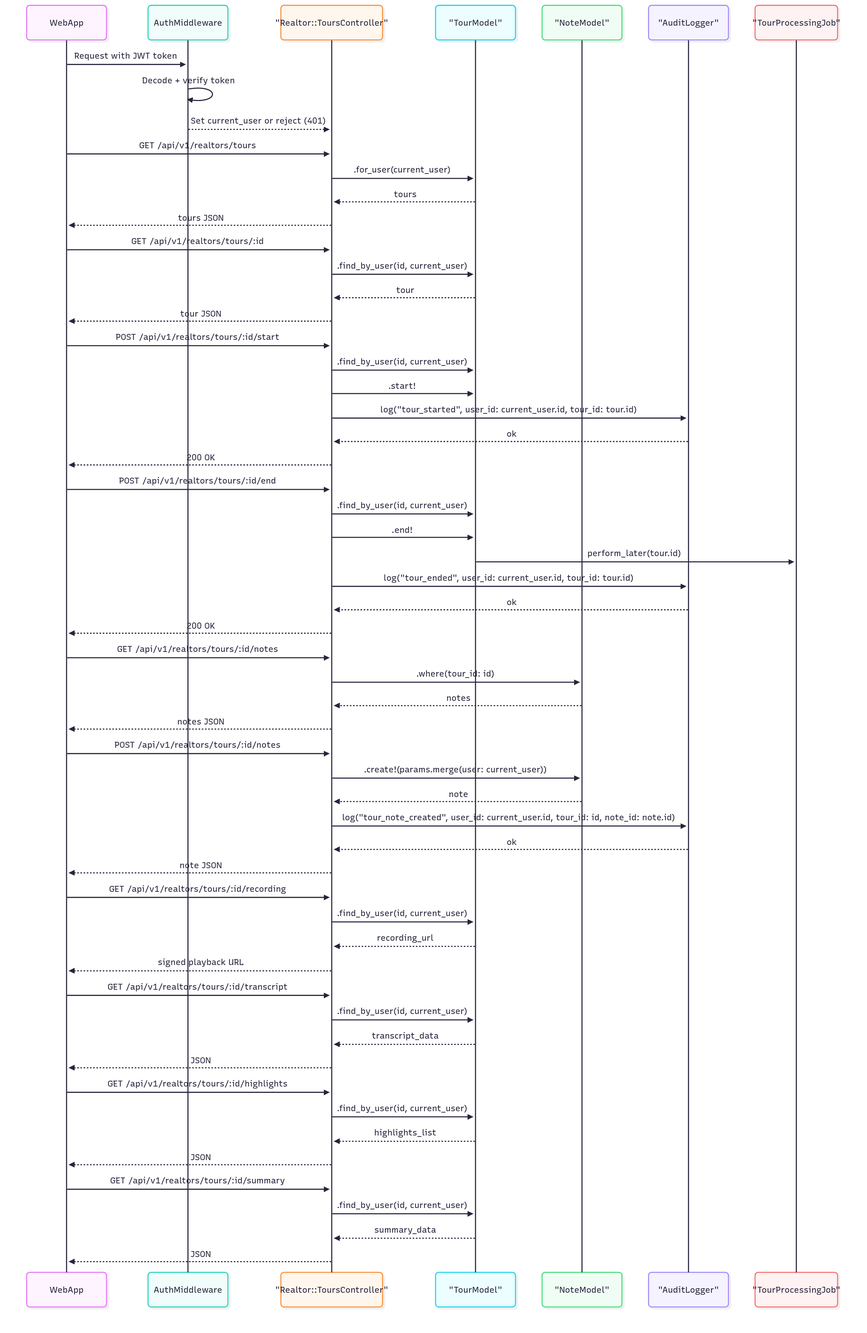
Above: diagrams/realtors/tours.png in Video-API-architecture/architecture-proposal (Mermaid), before the change. Its source is kept beside it as diagrams/realtors/tours.mermaid.
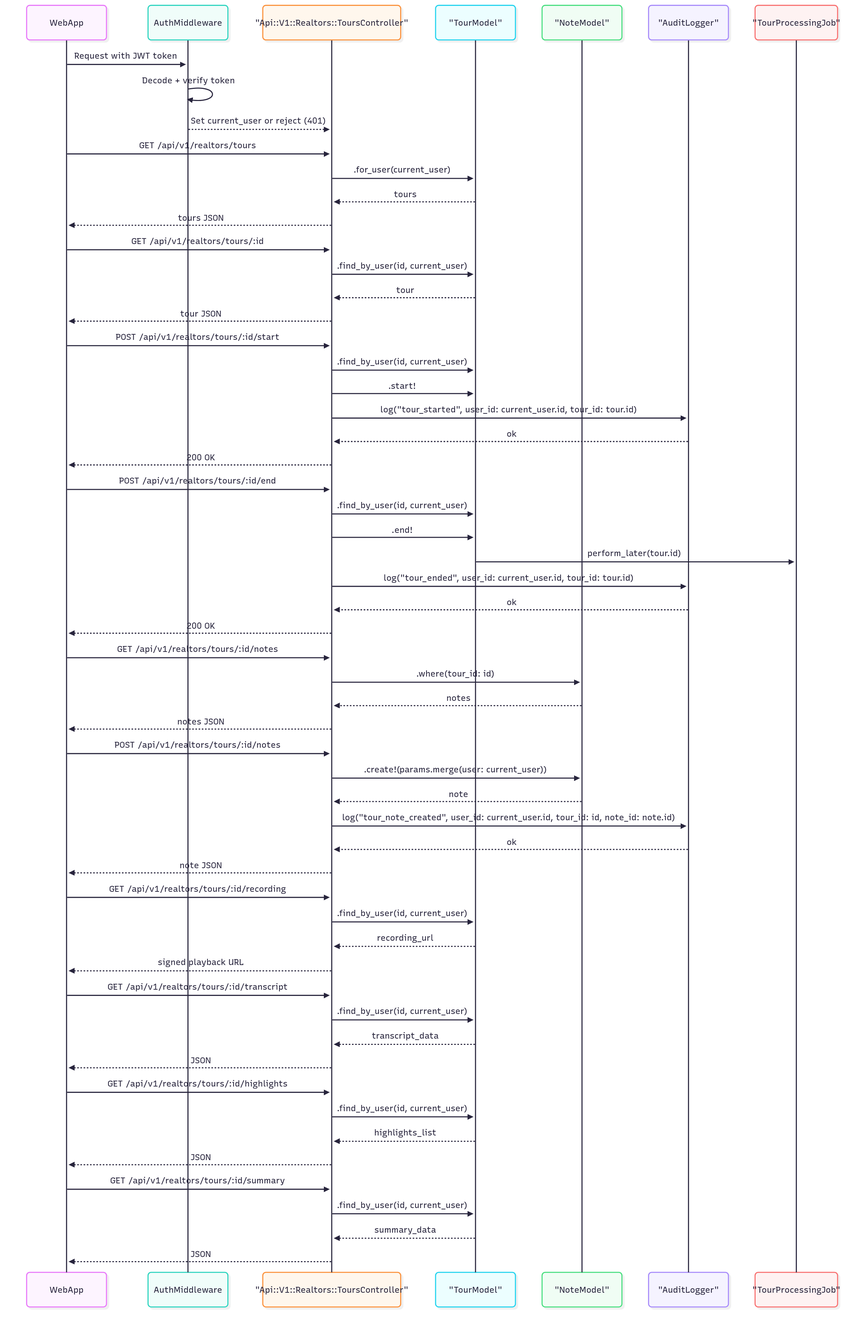
Later version of the same file.

The edit, as a diff of the source:
```diff
@@ -1,7 +1,7 @@
 sequenceDiagram
     participant WebApp
     participant Auth as AuthMiddleware
-    participant RTC as "Realtor::ToursController"
+    participant RTC as "Api::V1::Realtors::ToursController"
     participant TM as "TourModel"
     participant NM as "NoteModel"
     participant Logger as "AuditLogger"
```
